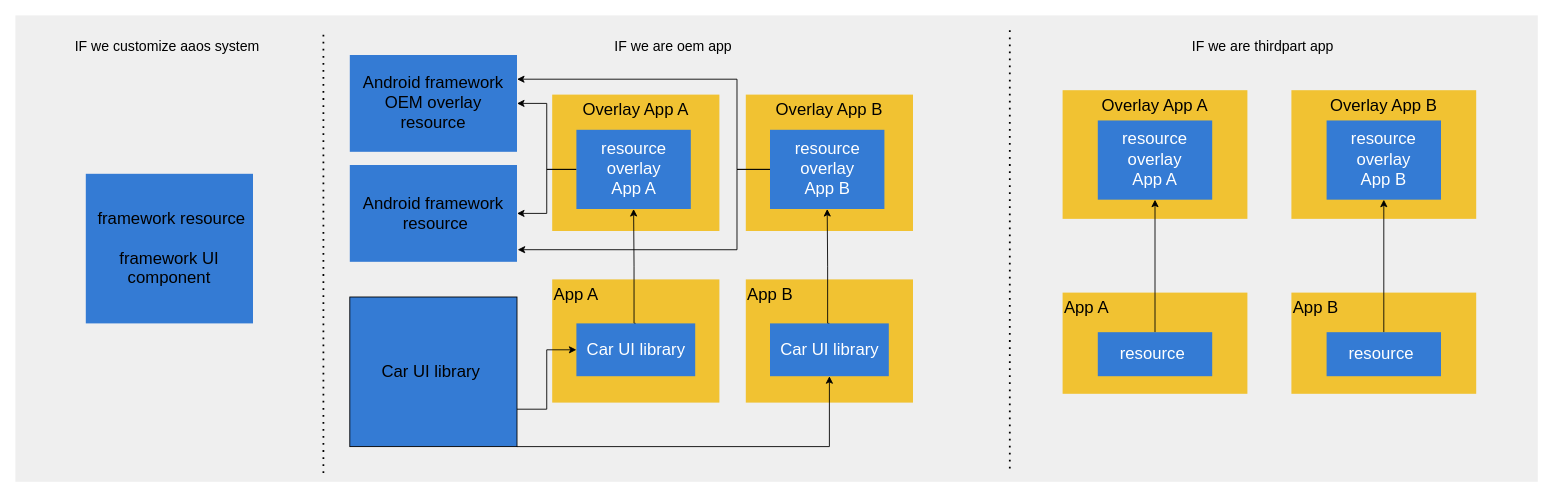
tianxunaicaoke/Android-notes keeps this draw.io diagram as CarUILibrary/flow.drawio. Above is the earlier version. Source tidied: cells renumbered, new cells numbered last; positions are measured from the earlier drawing's top-left corner, leaving out a move shared by most shapes. Both pictures are drawn from the tidied source at 88%, with x=0, y=0 at pixel (15, 15).
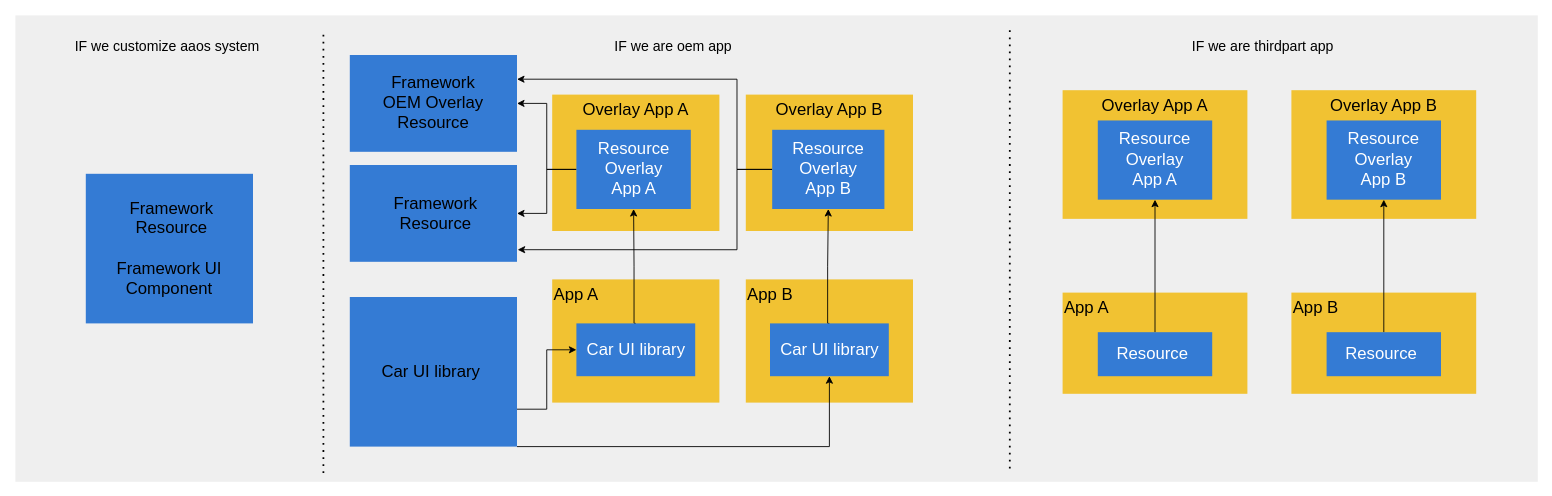
The same diagram, later.

What changed in the source:
```diff
@@
-    <mxCell id="3" value="&amp;nbsp;framework resource&lt;br&gt;&lt;br style=&quot;font-size: 19px&quot;&gt;framework UI component" style="rounded=0;whiteSpace=wrap;html=1;fillColor=#347BD4;fontSize=19;strokeColor=none;" parent="1" vertex="1">
+    <mxCell id="3" value="&amp;nbsp;Framework&lt;br&gt;&amp;nbsp;Resource&lt;br&gt;&lt;br style=&quot;font-size: 19px&quot;&gt;Framework UI Component" style="rounded=0;whiteSpace=wrap;html=1;fillColor=#347BD4;fontSize=19;strokeColor=none;" parent="1" vertex="1">
       <mxGeometry x="80" y="180" width="190" height="170" as="geometry" />
     </mxCell>
-    <mxCell id="4" value="Android framework&lt;br&gt;OEM overlay resource" style="rounded=0;whiteSpace=wrap;html=1;fillColor=#347BD4;fontSize=19;strokeColor=none;" parent="1" vertex="1">
+    <mxCell id="4" value="Framework&lt;br&gt;OEM Overlay Resource" style="rounded=0;whiteSpace=wrap;html=1;fillColor=#347BD4;fontSize=19;strokeColor=none;" parent="1" vertex="1">
       <mxGeometry x="380" y="45" width="190" height="110" as="geometry" />
     </mxCell>
-    <mxCell id="5" value="Car UI library&amp;nbsp;" style="rounded=0;whiteSpace=wrap;html=1;fillColor=#347BD4;fontSize=19;" parent="1" vertex="1">
+    <mxCell id="5" value="Car UI library&amp;nbsp;" style="rounded=0;whiteSpace=wrap;html=1;fillColor=#347BD4;fontSize=19;strokeColor=none;" parent="1" vertex="1">
       <mxGeometry x="380" y="320" width="190" height="170" as="geometry" />
     </mxCell>
@@
-    <mxCell id="14" value="resource overlay&lt;br&gt;App A" style="rounded=0;whiteSpace=wrap;html=1;fillColor=#347BD4;fontSize=19;fontColor=#FFFFFF;strokeColor=none;" parent="1" vertex="1">
+    <mxCell id="14" value="Resource Overlay&lt;br&gt;App A" style="rounded=0;whiteSpace=wrap;html=1;fillColor=#347BD4;fontSize=19;fontColor=#FFFFFF;strokeColor=none;" parent="1" vertex="1">
       <mxGeometry x="637.5" y="130" width="130" height="90" as="geometry" />
     </mxCell>
@@
-    <mxCell id="20" value="resource overlay&lt;br&gt;App A" style="rounded=0;whiteSpace=wrap;html=1;fillColor=#347BD4;fontSize=19;fontColor=#FFFFFF;strokeColor=none;" parent="1" vertex="1">
+    <mxCell id="20" value="Resource Overlay&lt;br&gt;App A" style="rounded=0;whiteSpace=wrap;html=1;fillColor=#347BD4;fontSize=19;fontColor=#FFFFFF;strokeColor=none;" parent="1" vertex="1">
       <mxGeometry x="1230" y="119.4" width="130" height="90" as="geometry" />
     </mxCell>
@@
-    <mxCell id="27" value="resource overlay&lt;br&gt;App B" style="rounded=0;whiteSpace=wrap;html=1;fillColor=#347BD4;fontSize=19;fontColor=#FFFFFF;strokeColor=none;" parent="1" vertex="1">
-      <mxGeometry x="857.5" y="130" width="130" height="90" as="geometry" />
+    <mxCell id="27" value="Resource Overlay&lt;br&gt;App B" style="rounded=0;whiteSpace=wrap;html=1;fillColor=#347BD4;fontSize=19;fontColor=#FFFFFF;strokeColor=none;" parent="1" vertex="1">
+      <mxGeometry x="860" y="130" width="127.5" height="90" as="geometry" />
     </mxCell>
@@
-    <mxCell id="30" value="Android framework&lt;br&gt;&amp;nbsp;resource" style="rounded=0;whiteSpace=wrap;html=1;fillColor=#347BD4;fontSize=19;strokeColor=none;" parent="1" vertex="1">
+    <mxCell id="30" value="&amp;nbsp;Framework&lt;br&gt;&amp;nbsp;Resource" style="rounded=0;whiteSpace=wrap;html=1;fillColor=#347BD4;fontSize=19;strokeColor=none;" parent="1" vertex="1">
       <mxGeometry x="380" y="170" width="190" height="110" as="geometry" />
     </mxCell>
@@
-    <mxCell id="33" value="resource overlay&lt;br&gt;App B" style="rounded=0;whiteSpace=wrap;html=1;fillColor=#347BD4;fontSize=19;fontColor=#FFFFFF;strokeColor=none;" parent="1" vertex="1">
+    <mxCell id="33" value="Resource Overlay&lt;br&gt;App B" style="rounded=0;whiteSpace=wrap;html=1;fillColor=#347BD4;fontSize=19;fontColor=#FFFFFF;strokeColor=none;" parent="1" vertex="1">
       <mxGeometry x="1490" y="119.4" width="130" height="90" as="geometry" />
     </mxCell>
@@
-    <mxCell id="35" value="resource&amp;nbsp;" style="rounded=0;whiteSpace=wrap;html=1;fillColor=#347BD4;fontSize=19;fontColor=#FFFFFF;strokeColor=none;" parent="1" vertex="1">
+    <mxCell id="35" value="Resource&amp;nbsp;" style="rounded=0;whiteSpace=wrap;html=1;fillColor=#347BD4;fontSize=19;fontColor=#FFFFFF;strokeColor=none;" parent="1" vertex="1">
       <mxGeometry x="1230" y="360" width="130" height="50" as="geometry" />
     </mxCell>
@@
-    <mxCell id="37" value="resource&amp;nbsp;" style="rounded=0;whiteSpace=wrap;html=1;fillColor=#347BD4;fontSize=19;fontColor=#FFFFFF;strokeColor=none;" parent="1" vertex="1">
+    <mxCell id="37" value="Resource&amp;nbsp;" style="rounded=0;whiteSpace=wrap;html=1;fillColor=#347BD4;fontSize=19;fontColor=#FFFFFF;strokeColor=none;" parent="1" vertex="1">
       <mxGeometry x="1490" y="360" width="130" height="50" as="geometry" />
     </mxCell>
```
